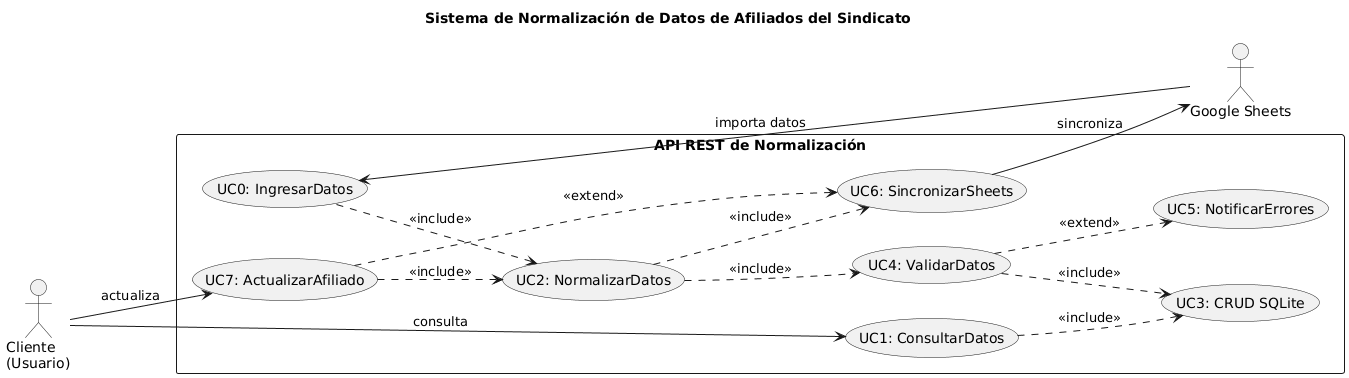
The PlantUML diagram docs/diagramas/caso_uso/caso_uso_usuario.png in 3m1l10j4v13r4qu1n0/api_normalizacion_afiliados, before a commit. Its diagram source:
```plantuml
@startuml
left to right direction

title Sistema de Normalización de Datos de Afiliados del Sindicato

actor "Google Sheets" as GS
actor "Cliente\n(Usuario)" as Cliente

rectangle "API REST de Normalización" {

    (UC0: IngresarDatos) as UC0
    (UC1: ConsultarDatos) as UC1
    (UC2: NormalizarDatos) as UC2
    (UC3: CRUD SQLite) as UC3
    (UC4: ValidarDatos) as UC4
    (UC5: NotificarErrores) as UC5
    (UC6: SincronizarSheets) as UC6
    (UC7: ActualizarAfiliado) as UC7
}

GS --> UC0 : importa datos
Cliente --> UC1 : consulta
Cliente --> UC7 : actualiza

UC0 ..> UC2 : <<include>>
UC2 ..> UC4 : <<include>>
UC4 ..> UC3 : <<include>>
UC7 ..> UC2 : <<include>>
UC2 ..> UC6 : <<include>>
UC1 ..> UC3 : <<include>>

UC4 ..> UC5 : <<extend>>
UC7 ..> UC6 : <<extend>>

UC6 --> GS : sincroniza
@enduml
```
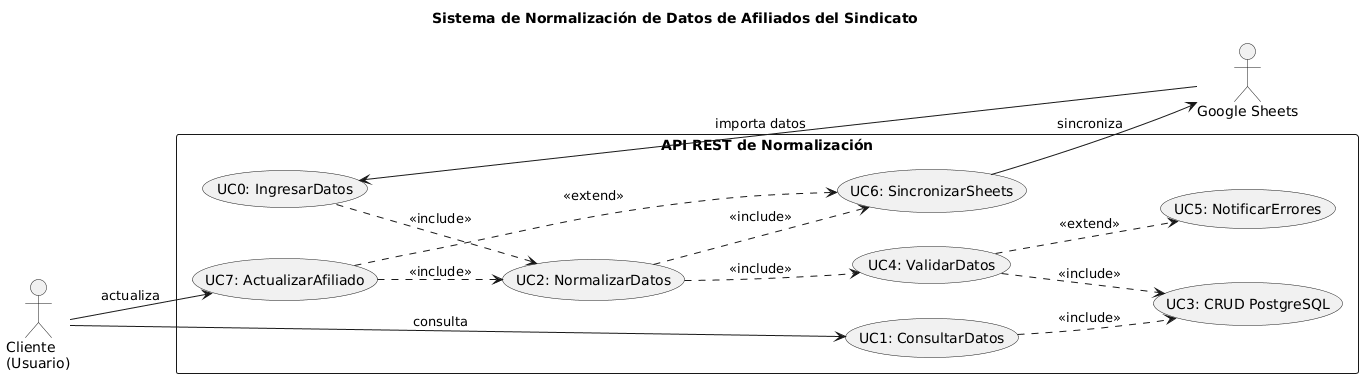
After the commit.

Commit message:
BD: cambio base de datos de SQLite por PostgreSQL, docs: actualiza README y agrega diagramas de arquitectura UML (PlantUML)

The edit, as a diff of the source:
```diff
@@ -11,7 +11,7 @@
     (UC0: IngresarDatos) as UC0
     (UC1: ConsultarDatos) as UC1
     (UC2: NormalizarDatos) as UC2
-    (UC3: CRUD SQLite) as UC3
+    (UC3: CRUD PostgreSQL) as UC3
     (UC4: ValidarDatos) as UC4
     (UC5: NotificarErrores) as UC5
     (UC6: SincronizarSheets) as UC6
```
